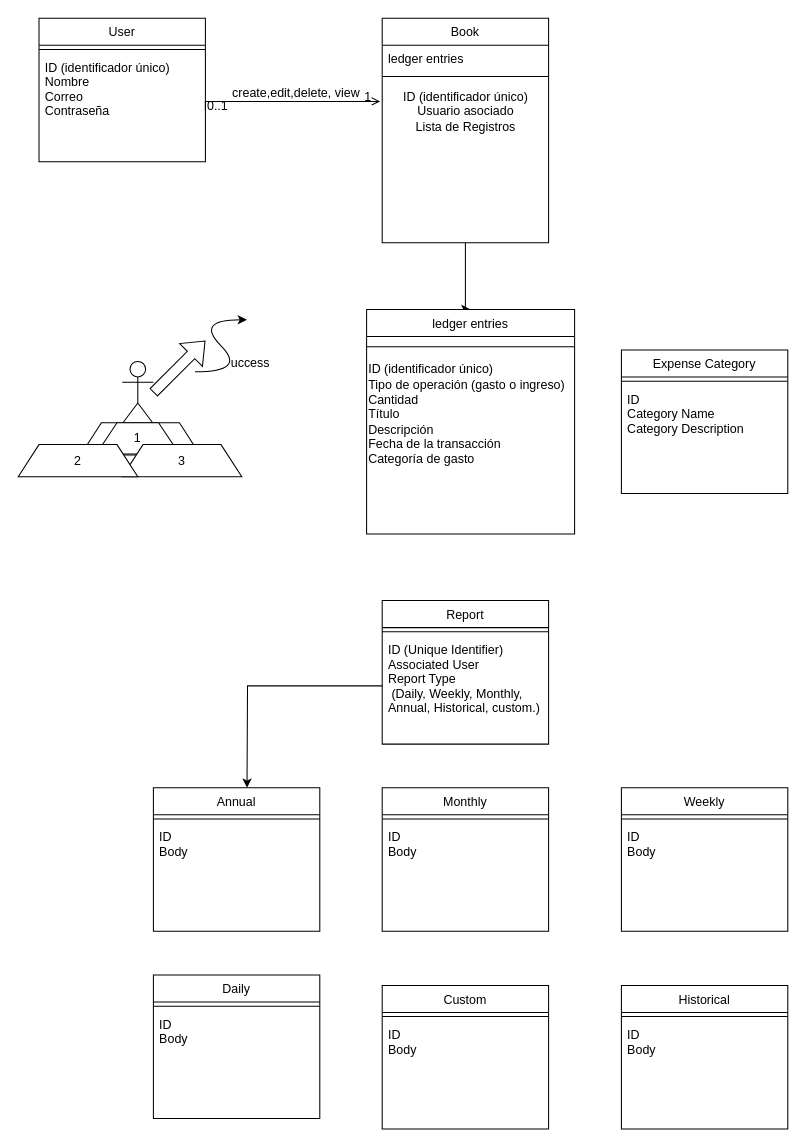
Earlier version of the draw.io diagram page "Page-1" (1 of 2) of Diagram MoneyWise.drawio (Davidongo93/moneyWise). Source tidied: cells renumbered, new cells numbered last; positions are measured from the earlier drawing's top-left corner, leaving out a move shared by most shapes. Both pictures are drawn from the tidied source at 104%, with x=0, y=0 at pixel (18, 18).
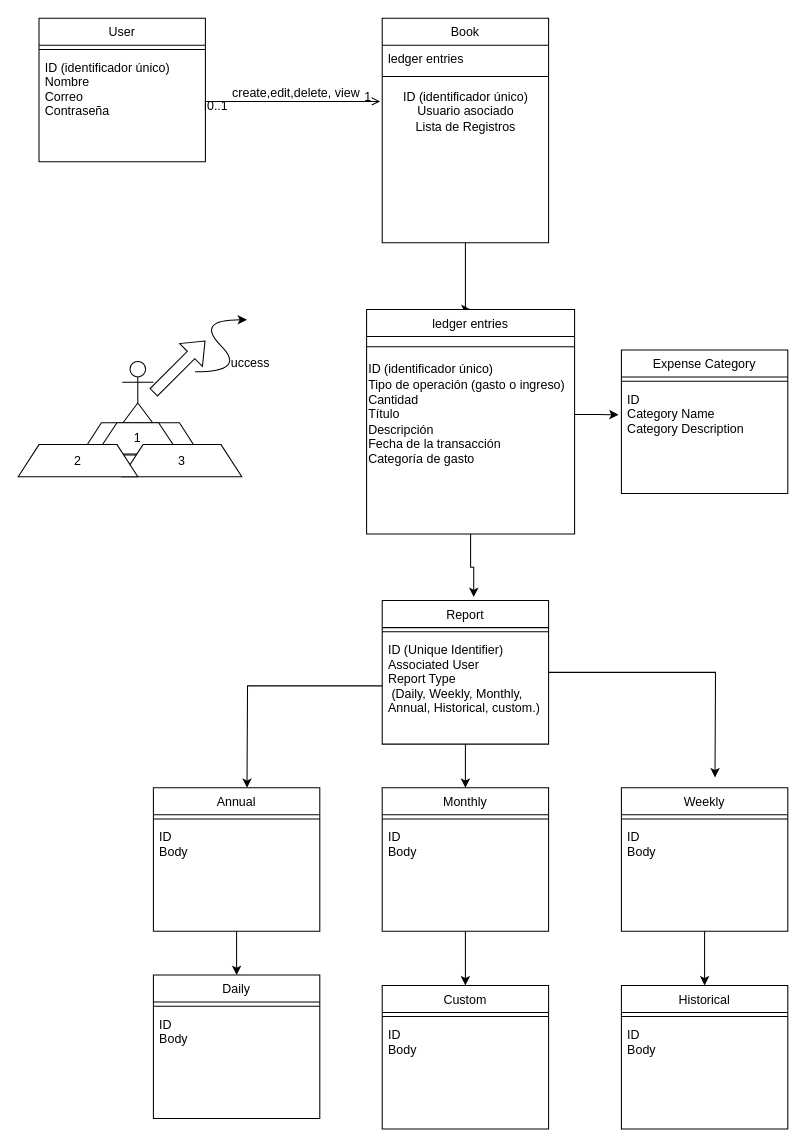
The same diagram, later.

Unchanged cells that the change refers to:
```xml
<mxCell id="14" value="ledger entries" style="swimlane;fontStyle=0;align=center;verticalAlign=top;horizontal=1;startSize=26;rounded=0;shadow=0;strokeWidth=1;" parent="1" vertex="1">
  <mxGeometry x="335" y="280" width="200" height="216" as="geometry" />
</mxCell>
<mxCell id="16" value="&lt;div&gt;ID (identificador único)&lt;/div&gt;&lt;div&gt;Tipo de operación (gasto o ingreso)&lt;/div&gt;&lt;div&gt;Cantidad&lt;/div&gt;&lt;div&gt;Título&lt;/div&gt;&lt;div&gt;Descripción&lt;/div&gt;&lt;div&gt;Fecha de la transacción&lt;/div&gt;&lt;div&gt;Categoría de gasto&lt;/div&gt;" style="text;html=1;align=left;verticalAlign=middle;points=[];strokeColor=none;fillColor=none;" parent="14" vertex="1">
  <mxGeometry y="46" width="200" height="110" as="geometry" />
</mxCell>
<mxCell id="19" value="ID &#10;Category Name&#10;Category Description" style="text;align=left;verticalAlign=top;spacingLeft=4;spacingRight=4;overflow=hidden;points=[[0,0.5],[1,0.5]];portConstraint=eastwest;rounded=0;shadow=0;html=0;" parent="17" vertex="1">
  <mxGeometry y="34" width="160" height="96" as="geometry" />
</mxCell>
<mxCell id="20" value="Report" style="swimlane;fontStyle=0;align=center;verticalAlign=top;horizontal=1;startSize=26;rounded=0;shadow=0;strokeWidth=1;" parent="1" vertex="1">
  <mxGeometry x="350" y="560" width="160" height="138" as="geometry" />
</mxCell>
<mxCell id="24" value="Annual" style="swimlane;fontStyle=0;align=center;verticalAlign=top;horizontal=1;startSize=26;rounded=0;shadow=0;strokeWidth=1;" parent="1" vertex="1">
  <mxGeometry x="130" y="740" width="160" height="138" as="geometry" />
</mxCell>
<mxCell id="27" value="Monthly" style="swimlane;fontStyle=0;align=center;verticalAlign=top;horizontal=1;startSize=26;rounded=0;shadow=0;strokeWidth=1;" parent="1" vertex="1">
  <mxGeometry x="350" y="740" width="160" height="138" as="geometry" />
</mxCell>
<mxCell id="30" value="Weekly" style="swimlane;fontStyle=0;align=center;verticalAlign=top;horizontal=1;startSize=26;rounded=0;shadow=0;strokeWidth=1;" parent="1" vertex="1">
  <mxGeometry x="580" y="740" width="160" height="138" as="geometry" />
</mxCell>
<mxCell id="33" value="Daily" style="swimlane;fontStyle=0;align=center;verticalAlign=top;horizontal=1;startSize=26;rounded=0;shadow=0;strokeWidth=1;" parent="1" vertex="1">
  <mxGeometry x="130" y="920" width="160" height="138" as="geometry" />
</mxCell>
<mxCell id="36" value="Custom" style="swimlane;fontStyle=0;align=center;verticalAlign=top;horizontal=1;startSize=26;rounded=0;shadow=0;strokeWidth=1;" parent="1" vertex="1">
  <mxGeometry x="350" y="930" width="160" height="138" as="geometry" />
</mxCell>
<mxCell id="39" value="Historical" style="swimlane;fontStyle=0;align=center;verticalAlign=top;horizontal=1;startSize=26;rounded=0;shadow=0;strokeWidth=1;" parent="1" vertex="1">
  <mxGeometry x="580" y="930" width="160" height="138" as="geometry" />
</mxCell>
```

What changed in the source:
```diff
@@
+    <mxCell id="50" style="edgeStyle=orthogonalEdgeStyle;rounded=0;jettySize=auto;html=1;exitX=0.5;exitY=1;exitDx=0;exitDy=0;entryX=0.5;entryY=0;entryDx=0;entryDy=0;" parent="1" edge="1" source="20" target="27">
+      <mxGeometry relative="1" as="geometry" />
+    </mxCell>
+    <mxCell id="51" style="edgeStyle=orthogonalEdgeStyle;rounded=0;jettySize=auto;html=1;" parent="1" edge="1" source="20">
+      <mxGeometry relative="1" as="geometry">
+        <mxPoint x="670" y="730" as="targetPoint" />
+      </mxGeometry>
+    </mxCell>
@@
+    <mxCell id="52" style="edgeStyle=orthogonalEdgeStyle;rounded=0;jettySize=auto;html=1;exitX=0.5;exitY=1;exitDx=0;exitDy=0;entryX=0.5;entryY=0;entryDx=0;entryDy=0;" parent="1" edge="1" source="24" target="33">
+      <mxGeometry relative="1" as="geometry" />
+    </mxCell>
@@
+    <mxCell id="53" style="edgeStyle=orthogonalEdgeStyle;rounded=0;jettySize=auto;html=1;exitX=0.5;exitY=1;exitDx=0;exitDy=0;" parent="1" edge="1" source="27" target="36">
+      <mxGeometry relative="1" as="geometry" />
+    </mxCell>
@@
+    <mxCell id="54" style="edgeStyle=orthogonalEdgeStyle;rounded=0;jettySize=auto;html=1;exitX=0.5;exitY=1;exitDx=0;exitDy=0;" parent="1" edge="1" source="30" target="39">
+      <mxGeometry relative="1" as="geometry" />
+    </mxCell>
@@
+    <mxCell id="55" style="edgeStyle=orthogonalEdgeStyle;rounded=0;jettySize=auto;html=1;entryX=-0.017;entryY=0.296;entryDx=0;entryDy=0;entryPerimeter=0;" parent="1" edge="1" source="16" target="19">
+      <mxGeometry relative="1" as="geometry" />
+    </mxCell>
+    <mxCell id="56" style="edgeStyle=orthogonalEdgeStyle;rounded=0;jettySize=auto;html=1;exitX=0.5;exitY=1;exitDx=0;exitDy=0;entryX=0.55;entryY=-0.025;entryDx=0;entryDy=0;entryPerimeter=0;" parent="1" edge="1" source="14" target="20">
+      <mxGeometry relative="1" as="geometry" />
+    </mxCell>
```
